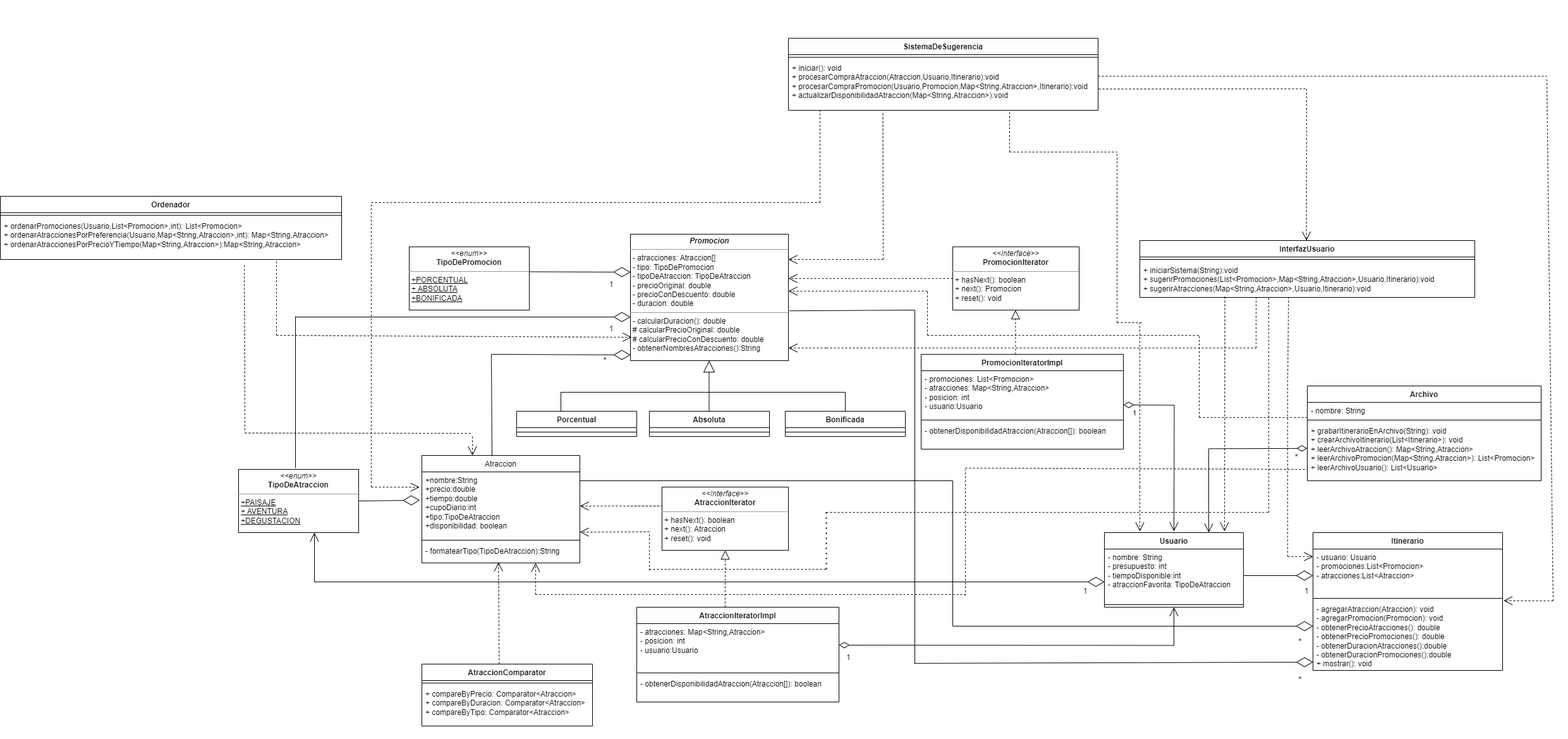
AIgnacioGarciaRiveros/TurismoArgentino keeps this draw.io diagram as src/edu/unlam/paradigmas/tp/uml/UML.png. Above is the earlier version. Source tidied: cells renumbered, new cells last; positions are measured from the earlier drawing's top-left corner, leaving out a move shared by most shapes.
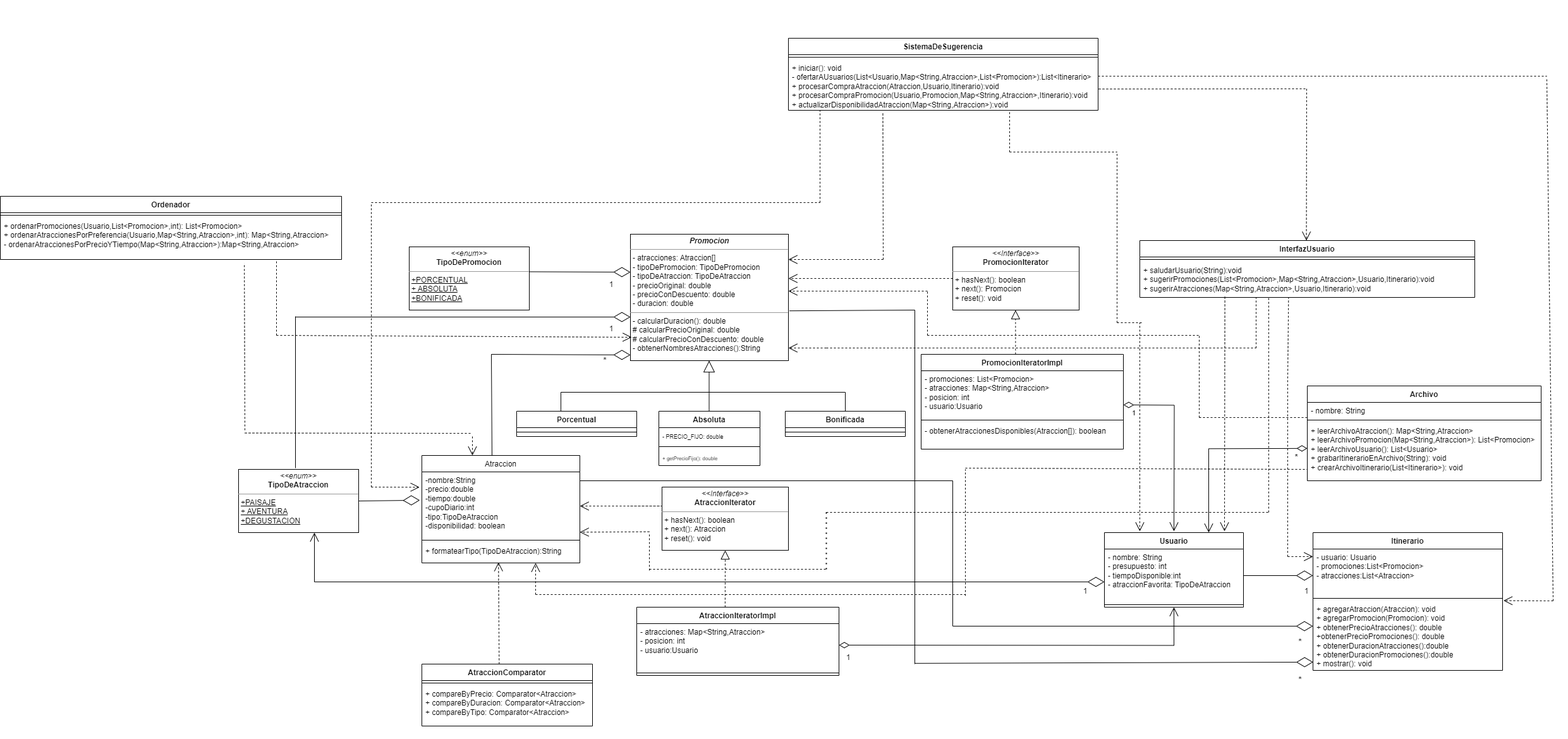
The same diagram one commit later.

Commit message:
Agrego UML

Change to the diagram source:
```diff
@@ -5,24 +5,18 @@
     <mxCell id="2" value="&lt;span style=&quot;font-weight: normal;&quot;&gt;Atraccion&lt;/span&gt;" style="swimlane;fontStyle=1;align=center;verticalAlign=top;horizontal=1;startSize=26;whiteSpace=wrap;html=1;" parent="1" vertex="1">
       <mxGeometry x="667" y="660" width="250" height="170" as="geometry" />
     </mxCell>
-    <mxCell id="3" value="+nombre:String&lt;br&gt;+precio:double&lt;br&gt;+tiempo:double&lt;br&gt;+cupoDiario:int&lt;br&gt;+tipo:TipoDeAtraccion&lt;br&gt;+disponibilidad: boolean" style="text;strokeColor=none;fillColor=none;align=left;verticalAlign=top;spacingLeft=4;spacingRight=4;overflow=hidden;points=[[0,0.5],[1,0.5]];portConstraint=eastwest;whiteSpace=wrap;html=1;" parent="2" vertex="1">
+    <mxCell id="3" value="-nombre:String&lt;br&gt;-precio:double&lt;br&gt;-tiempo:double&lt;br&gt;-cupoDiario:int&lt;br&gt;-tipo:TipoDeAtraccion&lt;br&gt;-disponibilidad: boolean" style="text;strokeColor=none;fillColor=none;align=left;verticalAlign=top;spacingLeft=4;spacingRight=4;overflow=hidden;points=[[0,0.5],[1,0.5]];portConstraint=eastwest;whiteSpace=wrap;html=1;" parent="2" vertex="1">
       <mxGeometry y="26" width="250" height="104" as="geometry" />
     </mxCell>
     <mxCell id="4" style="line;strokeWidth=1;fillColor=none;align=left;verticalAlign=middle;spacingTop=-1;spacingLeft=3;spacingRight=3;labelPosition=right;strokeColor=inherit;" parent="2" vertex="1">
       <mxGeometry y="130" width="250" height="8" as="geometry" />
     </mxCell>
-    <mxCell id="5" value="- formatearTipo(TipoDeAtraccion):String" style="text;strokeColor=none;fillColor=none;align=left;verticalAlign=top;spacingLeft=4;spacingRight=4;overflow=hidden;points=[[0,0.5],[1,0.5]];portConstraint=eastwest;whiteSpace=wrap;html=1;" parent="2" vertex="1">
+    <mxCell id="5" value="+ formatearTipo(TipoDeAtraccion):String" style="text;strokeColor=none;fillColor=none;align=left;verticalAlign=top;spacingLeft=4;spacingRight=4;overflow=hidden;points=[[0,0.5],[1,0.5]];portConstraint=eastwest;whiteSpace=wrap;html=1;" parent="2" vertex="1">
       <mxGeometry y="138" width="250" height="32" as="geometry" />
     </mxCell>
-    <mxCell id="6" value="&lt;p style=&quot;margin:0px;margin-top:4px;text-align:center;&quot;&gt;&lt;b&gt;&lt;i&gt;Promocion&lt;/i&gt;&lt;/b&gt;&lt;/p&gt;&lt;hr size=&quot;1&quot;&gt;&lt;p style=&quot;margin:0px;margin-left:4px;&quot;&gt;- atracciones: Atraccion[]&lt;/p&gt;&lt;p style=&quot;margin:0px;margin-left:4px;&quot;&gt;- tipo: TipoDePromocion&lt;/p&gt;&lt;p style=&quot;margin:0px;margin-left:4px;&quot;&gt;- tipoDeAtraccion: TipoDeAtraccion&lt;/p&gt;&lt;p style=&quot;margin:0px;margin-left:4px;&quot;&gt;- precioOriginal: double&lt;/p&gt;&lt;p style=&quot;margin:0px;margin-left:4px;&quot;&gt;- precioConDescuento: double&lt;/p&gt;&lt;p style=&quot;margin:0px;margin-left:4px;&quot;&gt;- duracion: double&lt;/p&gt;&lt;hr size=&quot;1&quot;&gt;&lt;p style=&quot;margin:0px;margin-left:4px;&quot;&gt;- calcularDuracion(): double&lt;/p&gt;&lt;p style=&quot;margin:0px;margin-left:4px;&quot;&gt;# calcularPrecioOriginal: double&lt;/p&gt;&lt;p style=&quot;margin:0px;margin-left:4px;&quot;&gt;# calcularPrecioConDescuento: double&lt;/p&gt;&lt;p style=&quot;margin:0px;margin-left:4px;&quot;&gt;- obtenerNombresAtracciones():String&lt;/p&gt;&lt;p style=&quot;margin:0px;margin-left:4px;&quot;&gt;&lt;br&gt;&lt;/p&gt;" style="verticalAlign=top;align=left;overflow=fill;fontSize=12;fontFamily=Helvetica;html=1;whiteSpace=wrap;" parent="1" vertex="1">
+    <mxCell id="6" value="&lt;p style=&quot;margin:0px;margin-top:4px;text-align:center;&quot;&gt;&lt;b&gt;&lt;i&gt;Promocion&lt;/i&gt;&lt;/b&gt;&lt;/p&gt;&lt;hr size=&quot;1&quot;&gt;&lt;p style=&quot;margin:0px;margin-left:4px;&quot;&gt;- atracciones: Atraccion[]&lt;/p&gt;&lt;p style=&quot;margin:0px;margin-left:4px;&quot;&gt;- tipoDePromocion: TipoDePromocion&lt;/p&gt;&lt;p style=&quot;margin:0px;margin-left:4px;&quot;&gt;- tipoDeAtraccion: TipoDeAtraccion&lt;/p&gt;&lt;p style=&quot;margin:0px;margin-left:4px;&quot;&gt;- precioOriginal: double&lt;/p&gt;&lt;p style=&quot;margin:0px;margin-left:4px;&quot;&gt;- precioConDescuento: double&lt;/p&gt;&lt;p style=&quot;margin:0px;margin-left:4px;&quot;&gt;- duracion: double&lt;/p&gt;&lt;hr size=&quot;1&quot;&gt;&lt;p style=&quot;margin:0px;margin-left:4px;&quot;&gt;- calcularDuracion(): double&lt;/p&gt;&lt;p style=&quot;margin:0px;margin-left:4px;&quot;&gt;# calcularPrecioOriginal: double&lt;/p&gt;&lt;p style=&quot;margin:0px;margin-left:4px;&quot;&gt;# calcularPrecioConDescuento: double&lt;/p&gt;&lt;p style=&quot;margin:0px;margin-left:4px;&quot;&gt;- obtenerNombresAtracciones():String&lt;/p&gt;&lt;p style=&quot;margin:0px;margin-left:4px;&quot;&gt;&lt;br&gt;&lt;/p&gt;" style="verticalAlign=top;align=left;overflow=fill;fontSize=12;fontFamily=Helvetica;html=1;whiteSpace=wrap;" parent="1" vertex="1">
       <mxGeometry x="997" y="310" width="250" height="200" as="geometry" />
     </mxCell>
-    <mxCell id="7" value="Absoluta" style="swimlane;fontStyle=1;align=center;verticalAlign=top;horizontal=1;startSize=26;whiteSpace=wrap;html=1;" parent="1" vertex="1">
-      <mxGeometry x="1027" y="590" width="190" height="40" as="geometry" />
-    </mxCell>
-    <mxCell id="8" style="line;strokeWidth=1;fillColor=none;align=left;verticalAlign=middle;spacingTop=-1;spacingLeft=3;spacingRight=3;labelPosition=right;strokeColor=inherit;" parent="7" vertex="1">
-      <mxGeometry y="26" width="190" height="14" as="geometry" />
-    </mxCell>
     <mxCell id="9" value="Archivo" style="swimlane;fontStyle=1;align=center;verticalAlign=top;horizontal=1;startSize=26;whiteSpace=wrap;html=1;" parent="1" vertex="1">
       <mxGeometry x="2068" y="550" width="370" height="150" as="geometry" />
     </mxCell>
@@ -32,7 +26,7 @@
     <mxCell id="11" style="line;strokeWidth=1;fillColor=none;align=left;verticalAlign=middle;spacingTop=-1;spacingLeft=3;spacingRight=3;labelPosition=right;strokeColor=inherit;" parent="9" vertex="1">
       <mxGeometry y="50" width="370" height="8" as="geometry" />
     </mxCell>
-    <mxCell id="12" value="+ grabarItinerarioEnArchivo(String): void&lt;br&gt;+ crearArchivoItinerario(List&amp;lt;Itinerario&amp;gt;): void&lt;br&gt;+ leerArchivoAtraccion(): Map&amp;lt;String,Atraccion&amp;gt;&lt;br&gt;+ leerArchivoPromocion(Map&amp;lt;String,Atraccion&amp;gt;): List&amp;lt;Promocion&amp;gt;&lt;br&gt;+ leerArchivoUsuario(): List&amp;lt;Usuario&amp;gt;" style="text;strokeColor=none;fillColor=none;align=left;verticalAlign=top;spacingLeft=4;spacingRight=4;overflow=hidden;whiteSpace=wrap;html=1;" parent="9" vertex="1">
+    <mxCell id="12" value="+ leerArchivoAtraccion(): Map&amp;lt;String,Atraccion&amp;gt;&lt;br&gt;+ leerArchivoPromocion(Map&amp;lt;String,Atraccion&amp;gt;): List&amp;lt;Promocion&amp;gt;&lt;br&gt;+ leerArchivoUsuario(): List&amp;lt;Usuario&amp;gt;&lt;br&gt;+ grabarItinerarioEnArchivo(String): void&lt;br style=&quot;border-color: var(--border-color);&quot;&gt;+ crearArchivoItinerario(List&amp;lt;Itinerario&amp;gt;): void" style="text;strokeColor=none;fillColor=none;align=left;verticalAlign=top;spacingLeft=4;spacingRight=4;overflow=hidden;whiteSpace=wrap;html=1;" parent="9" vertex="1">
       <mxGeometry y="58" width="370" height="92" as="geometry" />
     </mxCell>
     <mxCell id="13" value="Usuario" style="swimlane;fontStyle=1;align=center;verticalAlign=top;horizontal=1;startSize=26;whiteSpace=wrap;html=1;" parent="1" vertex="1">
@@ -50,7 +44,7 @@
     <mxCell id="17" style="line;strokeWidth=1;fillColor=none;align=left;verticalAlign=middle;spacingTop=-1;spacingLeft=3;spacingRight=3;labelPosition=right;strokeColor=inherit;" parent="16" vertex="1">
       <mxGeometry y="26" width="490" height="8" as="geometry" />
     </mxCell>
-    <mxCell id="18" value="+ iniciar(): void&lt;br&gt;+ procesarCompraAtraccion(Atraccion,Usuario,Itinerario):void&lt;br&gt;+ procesarCompraPromocion(Usuario,Promocion,Map&amp;lt;String,Atraccion&amp;gt;,Itinerario):void&lt;br&gt;+ actualizarDisponibilidadAtraccion(Map&amp;lt;String,Atraccion&amp;gt;):void" style="text;strokeColor=none;fillColor=none;align=left;verticalAlign=top;spacingLeft=4;spacingRight=4;overflow=hidden;points=[[0,0.5],[1,0.5]];portConstraint=eastwest;whiteSpace=wrap;html=1;" parent="16" vertex="1">
+    <mxCell id="18" value="+ iniciar(): void&lt;br&gt;-&amp;nbsp;ofertarAUsuarios(List&amp;lt;Usuario,Map&amp;lt;String,Atraccion&amp;gt;,List&amp;lt;Promocion&amp;gt;):List&amp;lt;Itinerario&amp;gt;&lt;br&gt;+ procesarCompraAtraccion(Atraccion,Usuario,Itinerario):void&lt;br&gt;+ procesarCompraPromocion(Usuario,Promocion,Map&amp;lt;String,Atraccion&amp;gt;,Itinerario):void&lt;br&gt;+ actualizarDisponibilidadAtraccion(Map&amp;lt;String,Atraccion&amp;gt;):void" style="text;strokeColor=none;fillColor=none;align=left;verticalAlign=top;spacingLeft=4;spacingRight=4;overflow=hidden;points=[[0,0.5],[1,0.5]];portConstraint=eastwest;whiteSpace=wrap;html=1;" parent="16" vertex="1">
       <mxGeometry y="34" width="490" height="80" as="geometry" />
     </mxCell>
     <mxCell id="19" value="&lt;p style=&quot;margin:0px;margin-top:4px;text-align:center;&quot;&gt;&lt;i&gt;&amp;lt;&amp;lt;enum&amp;gt;&amp;gt;&lt;/i&gt;&lt;br&gt;&lt;b&gt;TipoDeAtraccion&lt;/b&gt;&lt;/p&gt;&lt;hr size=&quot;1&quot;&gt;&lt;p style=&quot;margin:0px;margin-left:4px;&quot;&gt;&lt;u&gt;+PAISAJE&lt;/u&gt;&lt;br&gt;&lt;u&gt;+ AVENTURA&lt;/u&gt;&lt;/p&gt;&lt;p style=&quot;margin:0px;margin-left:4px;&quot;&gt;&lt;u&gt;+DEGUSTACION&lt;/u&gt;&lt;/p&gt;&lt;p style=&quot;margin:0px;margin-left:4px;&quot;&gt;&lt;br&gt;&lt;/p&gt;" style="verticalAlign=top;align=left;overflow=fill;fontSize=12;fontFamily=Helvetica;html=1;whiteSpace=wrap;" parent="1" vertex="1">
@@ -83,14 +77,14 @@
     <mxCell id="28" style="line;strokeWidth=1;fillColor=none;align=left;verticalAlign=middle;spacingTop=-1;spacingLeft=3;spacingRight=3;labelPosition=right;strokeColor=inherit;" parent="26" vertex="1">
       <mxGeometry y="100" width="320" height="8" as="geometry" />
     </mxCell>
-    <mxCell id="29" value="- obtenerDisponibilidadAtraccion(Atraccion[]): boolean" style="text;strokeColor=none;fillColor=none;align=left;verticalAlign=top;spacingLeft=4;spacingRight=4;overflow=hidden;whiteSpace=wrap;html=1;" parent="26" vertex="1">
+    <mxCell id="29" value="-&amp;nbsp;obtenerAtraccionesDisponibles&lt;span style=&quot;background-color: initial;&quot;&gt;(Atraccion[]): boolean&lt;/span&gt;&lt;div style=&quot;background-color:#2f2f2f;padding:0px 0px 0px 2px;&quot;&gt;&lt;div style=&quot;color: rgb(170, 170, 170); font-family: Consolas; font-size: 14pt;&quot;&gt;&lt;p style=&quot;background-color:#373737;margin:0;&quot;&gt;&lt;span style=&quot;color:#d9e8f7;&quot;&gt;&lt;/span&gt;&lt;/p&gt;&lt;/div&gt;&lt;/div&gt;" style="text;strokeColor=none;fillColor=none;align=left;verticalAlign=top;spacingLeft=4;spacingRight=4;overflow=hidden;whiteSpace=wrap;html=1;" parent="26" vertex="1">
       <mxGeometry y="108" width="320" height="42" as="geometry" />
     </mxCell>
     <mxCell id="30" value="&lt;p style=&quot;margin:0px;margin-top:4px;text-align:center;&quot;&gt;&lt;i&gt;&amp;lt;&amp;lt;Interface&amp;gt;&amp;gt;&lt;/i&gt;&lt;br&gt;&lt;b&gt;AtraccionIterator&lt;/b&gt;&lt;/p&gt;&lt;hr size=&quot;1&quot;&gt;&lt;p style=&quot;margin:0px;margin-left:4px;&quot;&gt;+ hasNext(): boolean&lt;br&gt;+ next(): Atraccion&lt;/p&gt;&lt;p style=&quot;margin:0px;margin-left:4px;&quot;&gt;+ reset(): void&lt;/p&gt;" style="verticalAlign=top;align=left;overflow=fill;fontSize=12;fontFamily=Helvetica;html=1;whiteSpace=wrap;" parent="1" vertex="1">
       <mxGeometry x="1047" y="710" width="200" height="100" as="geometry" />
     </mxCell>
     <mxCell id="31" value="AtraccionIteratorImpl" style="swimlane;fontStyle=1;align=center;verticalAlign=top;horizontal=1;startSize=26;whiteSpace=wrap;html=1;" parent="1" vertex="1">
-      <mxGeometry x="1007" y="900" width="320" height="150" as="geometry" />
+      <mxGeometry x="1007" y="900" width="320" height="108" as="geometry" />
     </mxCell>
     <mxCell id="32" value="- atracciones: Map&amp;lt;String,Atraccion&amp;gt;&lt;br&gt;- posicion: int&lt;br&gt;- usuario:Usuario" style="text;strokeColor=none;fillColor=none;align=left;verticalAlign=top;spacingLeft=4;spacingRight=4;overflow=hidden;whiteSpace=wrap;html=1;" parent="31" vertex="1">
       <mxGeometry y="26" width="320" height="74" as="geometry" />
@@ -98,9 +92,6 @@
     <mxCell id="33" style="line;strokeWidth=1;fillColor=none;align=left;verticalAlign=middle;spacingTop=-1;spacingLeft=3;spacingRight=3;labelPosition=right;strokeColor=inherit;" parent="31" vertex="1">
       <mxGeometry y="100" width="320" height="8" as="geometry" />
     </mxCell>
-    <mxCell id="34" value="- obtenerDisponibilidadAtraccion(Atraccion[]): boolean" style="text;strokeColor=none;fillColor=none;align=left;verticalAlign=top;spacingLeft=4;spacingRight=4;overflow=hidden;whiteSpace=wrap;html=1;" parent="31" vertex="1">
-      <mxGeometry y="108" width="320" height="42" as="geometry" />
-    </mxCell>
     <mxCell id="35" value="AtraccionComparator" style="swimlane;fontStyle=1;align=center;verticalAlign=top;horizontal=1;startSize=26;whiteSpace=wrap;html=1;" parent="1" vertex="1">
       <mxGeometry x="667" y="990" width="270" height="98" as="geometry" />
     </mxCell>
@@ -119,7 +110,7 @@
     <mxCell id="40" style="line;strokeWidth=1;fillColor=none;align=left;verticalAlign=middle;spacingTop=-1;spacingLeft=3;spacingRight=3;labelPosition=right;points=[];portConstraint=eastwest;strokeColor=inherit;" parent="38" vertex="1">
       <mxGeometry y="100" width="300" height="8" as="geometry" />
     </mxCell>
-    <mxCell id="41" value="- agregarAtraccion(Atraccion): void&lt;br&gt;- agregarPromocion(Promocion): void&lt;br&gt;- obtenerPrecioAtracciones(): double&lt;br&gt;- obtenerPrecioPromociones(): double&lt;br&gt;- obtenerDuracionAtracciones():double&lt;br&gt;- obtenerDuracionPromociones():double&lt;br&gt;+ mostrar(): void" style="text;strokeColor=none;fillColor=none;align=left;verticalAlign=top;spacingLeft=4;spacingRight=4;overflow=hidden;points=[[0,0.5],[1,0.5]];portConstraint=eastwest;whiteSpace=wrap;html=1;" parent="38" vertex="1">
+    <mxCell id="41" value="+ agregarAtraccion(Atraccion): void&lt;br&gt;+ agregarPromocion(Promocion): void&lt;br&gt;+ obtenerPrecioAtracciones(): double&lt;br&gt;+obtenerPrecioPromociones(): double&lt;br&gt;+ obtenerDuracionAtracciones():double&lt;br&gt;+ obtenerDuracionPromociones():double&lt;br&gt;+ mostrar(): void" style="text;strokeColor=none;fillColor=none;align=left;verticalAlign=top;spacingLeft=4;spacingRight=4;overflow=hidden;points=[[0,0.5],[1,0.5]];portConstraint=eastwest;whiteSpace=wrap;html=1;" parent="38" vertex="1">
       <mxGeometry y="108" width="300" height="110" as="geometry" />
     </mxCell>
     <mxCell id="42" value="InterfazUsuario" style="swimlane;fontStyle=1;align=center;verticalAlign=top;horizontal=1;startSize=26;whiteSpace=wrap;html=1;" parent="1" vertex="1">
@@ -128,7 +119,7 @@
     <mxCell id="43" style="line;strokeWidth=1;fillColor=none;align=left;verticalAlign=middle;spacingTop=-1;spacingLeft=3;spacingRight=3;labelPosition=right;strokeColor=inherit;" parent="42" vertex="1">
       <mxGeometry y="26" width="530" height="8" as="geometry" />
     </mxCell>
-    <mxCell id="44" value="+ iniciarSistema(String):void&lt;br&gt;+ sugerirPromociones(List&amp;lt;Promocion&amp;gt;,Map&amp;lt;String,Atraccion&amp;gt;,Usuario,Itinerario):void&lt;br&gt;+ sugerirAtracciones(Map&amp;lt;String,Atraccion&amp;gt;,Usuario,Itinerario):void" style="text;strokeColor=none;fillColor=none;align=left;verticalAlign=top;spacingLeft=4;spacingRight=4;overflow=hidden;points=[[0,0.5],[1,0.5]];portConstraint=eastwest;whiteSpace=wrap;html=1;" parent="42" vertex="1">
+    <mxCell id="44" value="+ saludarUsuario(String):void&lt;br&gt;+ sugerirPromociones(List&amp;lt;Promocion&amp;gt;,Map&amp;lt;String,Atraccion&amp;gt;,Usuario,Itinerario):void&lt;br&gt;+ sugerirAtracciones(Map&amp;lt;String,Atraccion&amp;gt;,Usuario,Itinerario):void" style="text;strokeColor=none;fillColor=none;align=left;verticalAlign=top;spacingLeft=4;spacingRight=4;overflow=hidden;points=[[0,0.5],[1,0.5]];portConstraint=eastwest;whiteSpace=wrap;html=1;" parent="42" vertex="1">
       <mxGeometry y="34" width="530" height="56" as="geometry" />
     </mxCell>
     <mxCell id="45" style="endArrow=none;html=1;rounded=0;" parent="1" edge="1">
@@ -201,7 +192,7 @@
     <mxCell id="57" style="line;strokeWidth=1;fillColor=none;align=left;verticalAlign=middle;spacingTop=-1;spacingLeft=3;spacingRight=3;labelPosition=right;strokeColor=inherit;" parent="56" vertex="1">
       <mxGeometry y="26" width="540" height="8" as="geometry" />
     </mxCell>
-    <mxCell id="58" value="+ ordenarPromociones(Usuario,List&amp;lt;Promocion&amp;gt;,int): List&amp;lt;Promocion&amp;gt;&lt;br&gt;+ ordenarAtraccionesPorPreferencia(Usuario,Map&amp;lt;String,Atraccion&amp;gt;,int): Map&amp;lt;String,Atraccion&amp;gt;&lt;br&gt;+ ordenarAtraccionesPorPrecioYTiempo(Map&amp;lt;String,Atraccion&amp;gt;):Map&amp;lt;String,Atraccion&amp;gt;&lt;br&gt;" style="text;strokeColor=none;fillColor=none;align=left;verticalAlign=top;spacingLeft=4;spacingRight=4;overflow=hidden;points=[[0,0.5],[1,0.5]];portConstraint=eastwest;whiteSpace=wrap;html=1;" parent="56" vertex="1">
+    <mxCell id="58" value="+ ordenarPromociones(Usuario,List&amp;lt;Promocion&amp;gt;,int): List&amp;lt;Promocion&amp;gt;&lt;br&gt;+ ordenarAtraccionesPorPreferencia(Usuario,Map&amp;lt;String,Atraccion&amp;gt;,int): Map&amp;lt;String,Atraccion&amp;gt;&lt;br&gt;- ordenarAtraccionesPorPrecioYTiempo(Map&amp;lt;String,Atraccion&amp;gt;):Map&amp;lt;String,Atraccion&amp;gt;" style="text;strokeColor=none;fillColor=none;align=left;verticalAlign=top;spacingLeft=4;spacingRight=4;overflow=hidden;points=[[0,0.5],[1,0.5]];portConstraint=eastwest;whiteSpace=wrap;html=1;" parent="56" vertex="1">
       <mxGeometry y="34" width="540" height="66" as="geometry" />
     </mxCell>
     <mxCell id="59" style="endArrow=open;endSize=12;dashed=1;html=1;rounded=0;exitX=0.453;exitY=-0.001;exitDx=0;exitDy=0;exitPerimeter=0;entryX=0.485;entryY=0.969;entryDx=0;entryDy=0;entryPerimeter=0;" parent="1" edge="1" source="35" target="5">
@@ -590,5 +581,17 @@
         <mxPoint x="387" y="620" as="sourcePoint" />
       </mxGeometry>
     </mxCell>
+    <mxCell id="7" value="Absoluta" style="swimlane;fontStyle=1;align=center;verticalAlign=top;horizontal=1;startSize=26;whiteSpace=wrap;html=1;" parent="1" vertex="1">
+      <mxGeometry x="1042" y="590" width="160" height="86" as="geometry" />
+    </mxCell>
+    <mxCell id="128" value="&lt;font style=&quot;font-size: 9px;&quot;&gt;- PRECIO_FIJO: double&lt;/font&gt;" style="text;strokeColor=none;fillColor=none;align=left;verticalAlign=top;spacingLeft=4;spacingRight=4;overflow=hidden;whiteSpace=wrap;html=1;" parent="7" vertex="1">
+      <mxGeometry y="26" width="160" height="26" as="geometry" />
+    </mxCell>
+    <mxCell id="129" style="line;strokeWidth=1;fillColor=none;align=left;verticalAlign=middle;spacingTop=-1;spacingLeft=3;spacingRight=3;labelPosition=right;strokeColor=inherit;" parent="7" vertex="1">
+      <mxGeometry y="52" width="160" height="8" as="geometry" />
+    </mxCell>
+    <mxCell id="130" value="&lt;font style=&quot;font-size: 8px;&quot;&gt;+ getPrecioFijo(): double&lt;/font&gt;" style="text;strokeColor=none;fillColor=none;align=left;verticalAlign=top;spacingLeft=4;spacingRight=4;overflow=hidden;whiteSpace=wrap;html=1;" parent="7" vertex="1">
+      <mxGeometry y="60" width="160" height="26" as="geometry" />
+    </mxCell>
   </root>
 </mxGraphModel>
```
